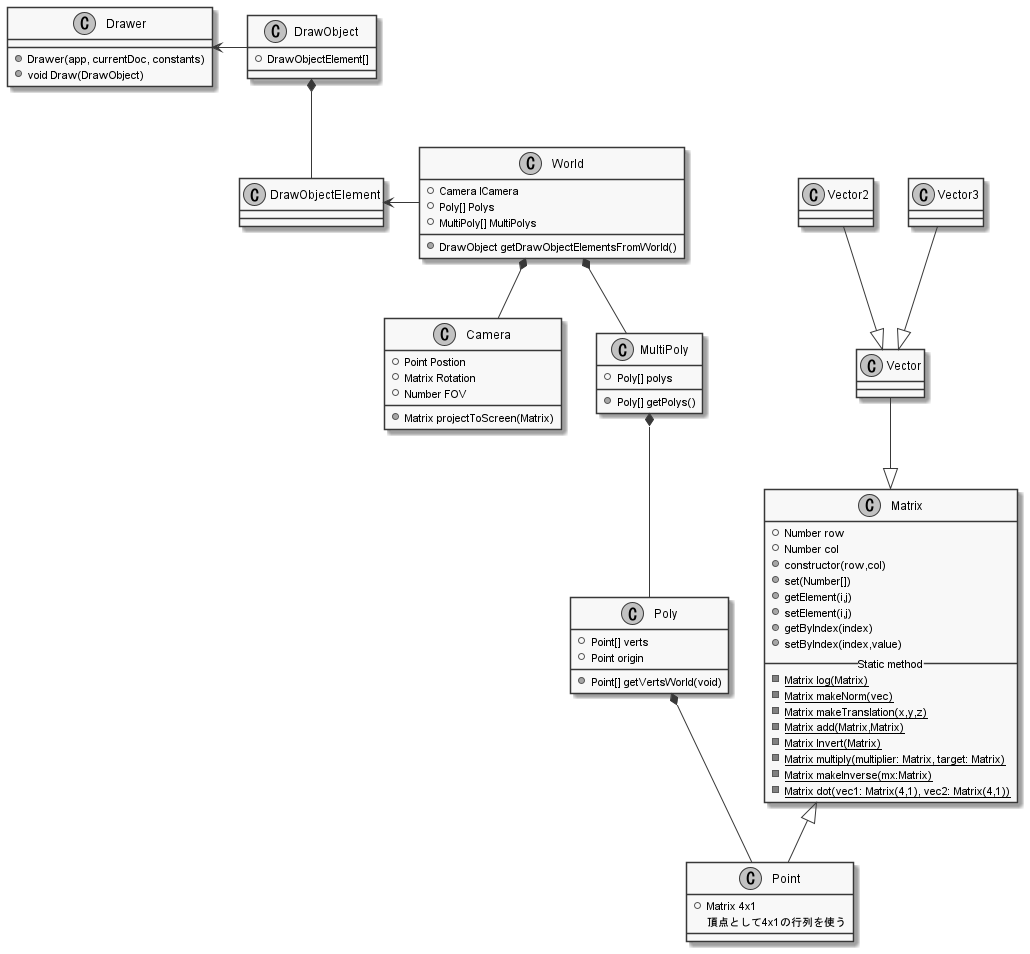
The PlantUML diagram docs/graph/out/docs/plantuml/Architecture.png in takiren/ExtendYourPerspectives, before a commit.
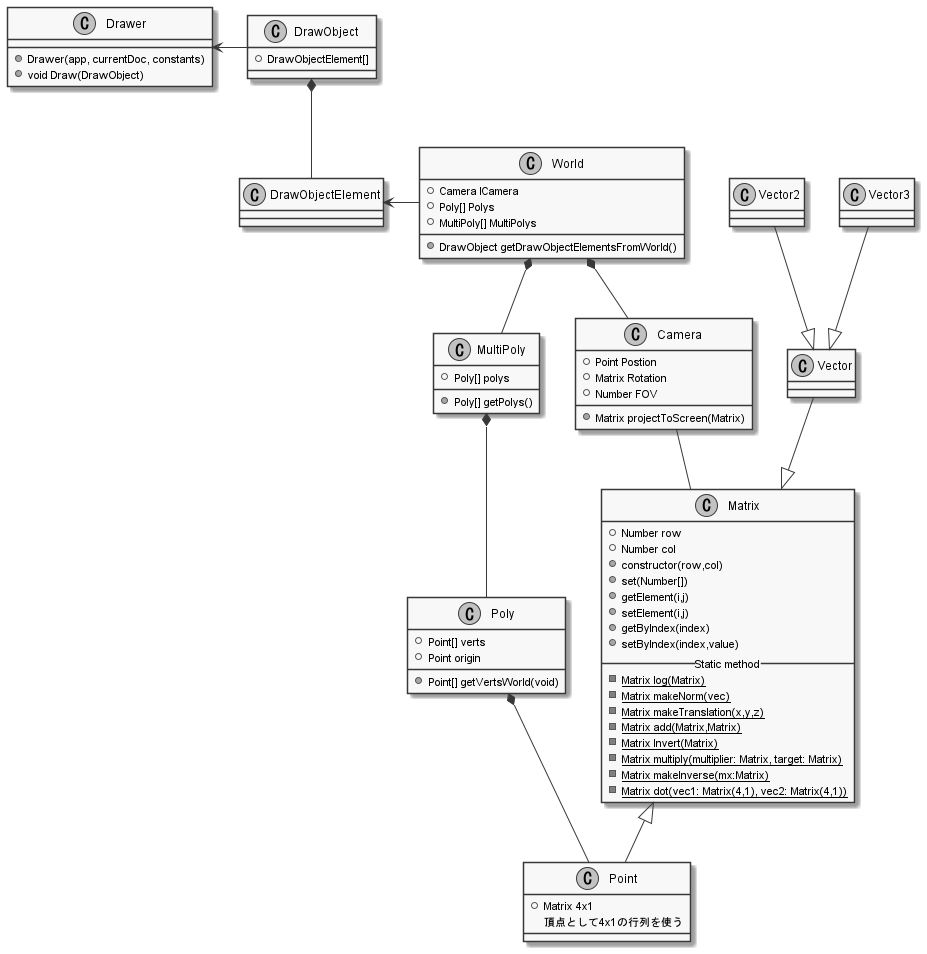
Later version of the same file.

Change to the diagram source:
```diff
@@ -74,7 +74,7 @@
 MultiPoly *--Poly
 World *-- Camera
 World *-- MultiPoly
-
+Camera --Matrix
 Matrix <|-- Point
 Poly *--Point
 DrawObject *-- DrawObjectElement
```
